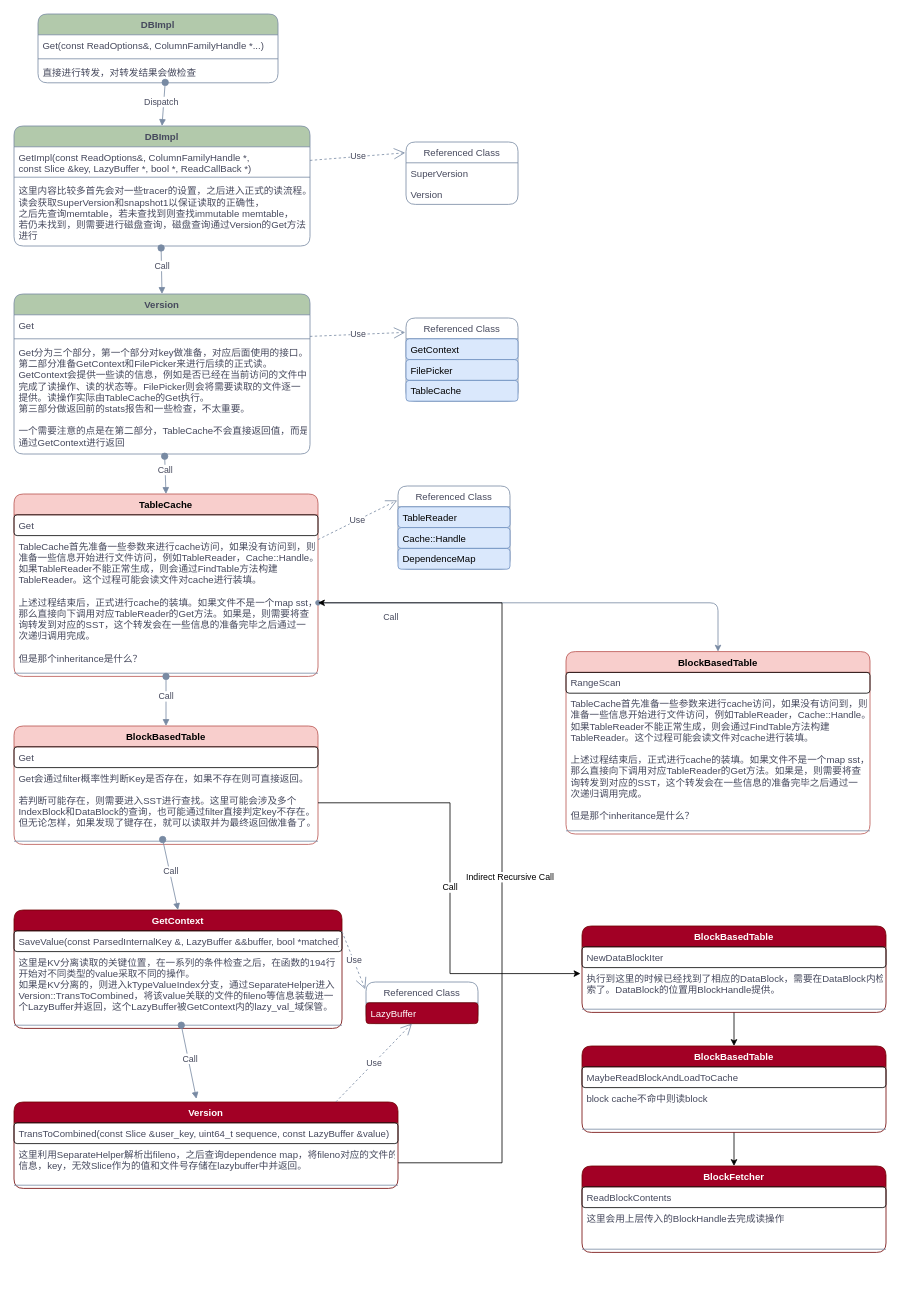
Earlier version of the draw.io diagram page "Page-1" (1 of 2) of terarkDB.drawio (Dicridon/drawio). Source tidied: cells renumbered, new cells numbered last; positions are measured from the earlier drawing's top-left corner, leaving out a move shared by most shapes. Both pictures are drawn from the tidied source at 80%, with x=0, y=0 at pixel (14, 14).
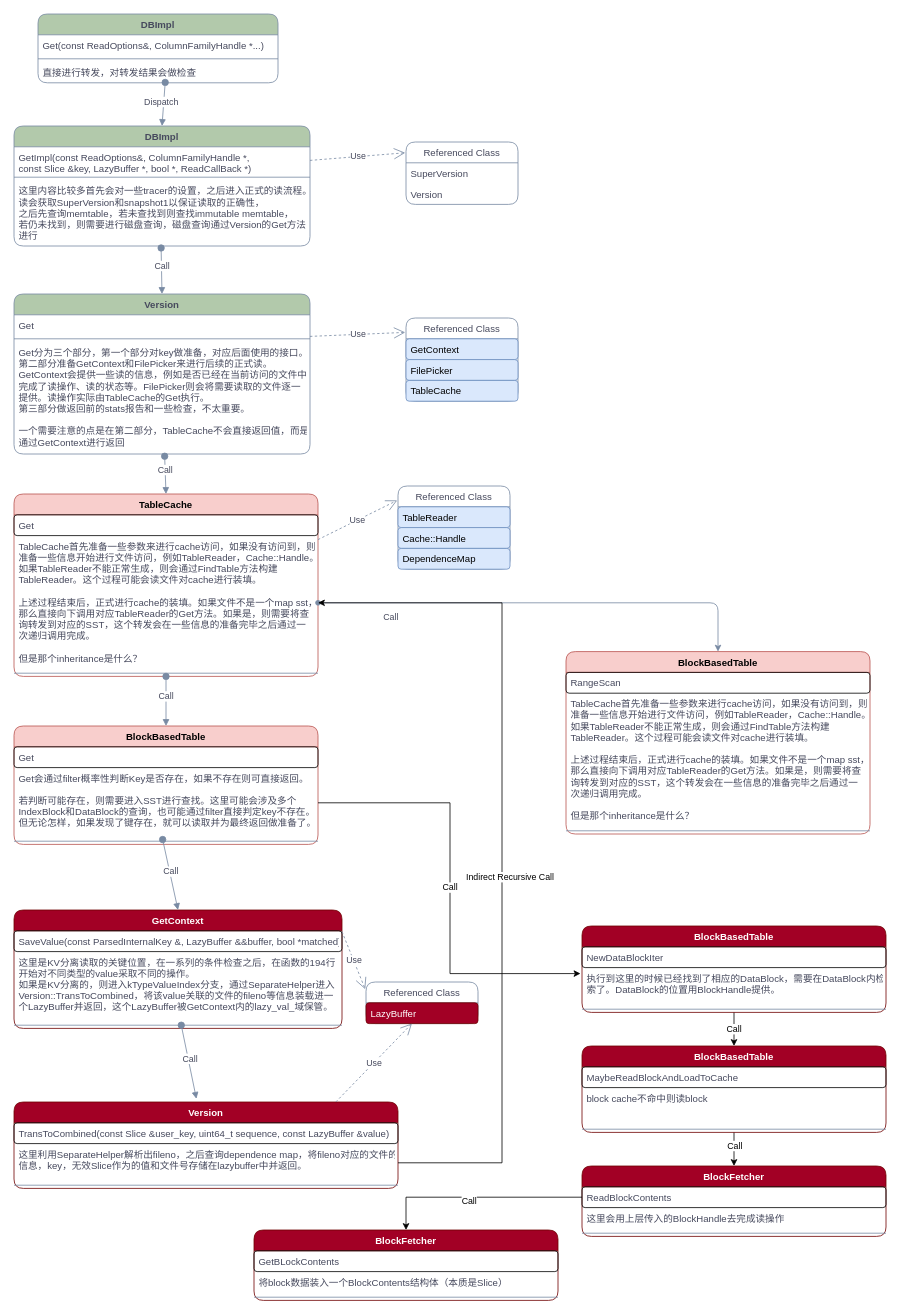
Above is the later version.

Unchanged cells that the change refers to:
```xml
<mxCell id="62" value="BlockBasedTable" style="swimlane;fontStyle=1;align=center;verticalAlign=top;horizontal=1;startSize=26;fillColor=#a20025;strokeColor=#6F0000;rounded=1;fontColor=#ffffff;" parent="1" vertex="1">
  <mxGeometry x="710" y="1140" width="380" height="108" as="geometry" />
</mxCell>
<mxCell id="67" style="edgeStyle=orthogonalEdgeStyle;rounded=0;jettySize=auto;html=1;exitX=0.5;exitY=1;exitDx=0;exitDy=0;entryX=0.5;entryY=0;entryDx=0;entryDy=0;" parent="1" edge="1" source="68" target="72">
  <mxGeometry relative="1" as="geometry" />
</mxCell>
<mxCell id="68" value="BlockBasedTable" style="swimlane;fontStyle=1;align=center;verticalAlign=top;horizontal=1;startSize=26;fillColor=#a20025;strokeColor=#6F0000;rounded=1;fontColor=#ffffff;" parent="1" vertex="1">
  <mxGeometry x="710" y="1290" width="380" height="108" as="geometry" />
</mxCell>
<mxCell id="73" value="ReadBlockContents" style="text;strokeColor=default;fillColor=none;align=left;verticalAlign=top;spacingLeft=4;spacingRight=4;overflow=hidden;points=[[0,0.5],[1,0.5]];portConstraint=eastwest;fontColor=#46495D;rounded=1;" parent="72" vertex="1">
  <mxGeometry y="26" width="380" height="26" as="geometry" />
</mxCell>
```

Diff of the diagram source:
```diff
@@
-    <mxCell id="61" style="edgeStyle=orthogonalEdgeStyle;rounded=0;jettySize=auto;html=1;exitX=0.5;exitY=1;exitDx=0;exitDy=0;entryX=0.5;entryY=0;entryDx=0;entryDy=0;" parent="1" edge="1" source="62" target="68">
+    <mxCell id="61" value="Call" style="edgeStyle=orthogonalEdgeStyle;rounded=0;jettySize=auto;html=1;exitX=0.5;exitY=1;exitDx=0;exitDy=0;entryX=0.5;entryY=0;entryDx=0;entryDy=0;" parent="1" edge="1" source="62" target="68">
       <mxGeometry relative="1" as="geometry" />
     </mxCell>
@@
+    <mxCell id="76" value="Call" style="edgeLabel;html=1;align=center;verticalAlign=middle;" parent="67" vertex="1">
+      <mxGeometry x="-0.37" y="3" relative="1" as="geometry">
+        <mxPoint x="-3" y="3" as="offset" />
+      </mxGeometry>
+    </mxCell>
@@
     <mxCell id="72" value="BlockFetcher" style="swimlane;fontStyle=1;align=center;verticalAlign=top;horizontal=1;startSize=26;fillColor=#a20025;strokeColor=#6F0000;rounded=1;fontColor=#ffffff;" parent="1" vertex="1">
-      <mxGeometry x="710" y="1440" width="380" height="108" as="geometry" />
+      <mxGeometry x="710" y="1440" width="380" height="88" as="geometry" />
     </mxCell>
@@
     <mxCell id="74" value="这里会用上层传入的BlockHandle去完成读操作" style="text;strokeColor=none;fillColor=none;align=left;verticalAlign=top;spacingLeft=4;spacingRight=4;overflow=hidden;fontColor=#46495D;rounded=1;" parent="72" vertex="1">
-      <mxGeometry y="52" width="380" height="48" as="geometry" />
+      <mxGeometry y="52" width="380" height="28" as="geometry" />
     </mxCell>
     <mxCell id="75" style="line;strokeWidth=1;fillColor=none;align=left;verticalAlign=middle;spacingTop=-1;spacingLeft=3;spacingRight=3;labelPosition=right;strokeColor=#788AA3;fontColor=#46495D;rounded=1;" parent="72" vertex="1">
-      <mxGeometry y="100" width="380" height="8" as="geometry" />
+      <mxGeometry y="80" width="380" height="8" as="geometry" />
     </mxCell>
+    <mxCell id="77" value="BlockFetcher" style="swimlane;fontStyle=1;align=center;verticalAlign=top;horizontal=1;startSize=26;fillColor=#a20025;strokeColor=#6F0000;rounded=1;fontColor=#ffffff;" parent="1" vertex="1">
+      <mxGeometry x="300" y="1520" width="380" height="88" as="geometry" />
+    </mxCell>
+    <mxCell id="78" value="GetBLockContents" style="text;strokeColor=default;fillColor=none;align=left;verticalAlign=top;spacingLeft=4;spacingRight=4;overflow=hidden;fontColor=#46495D;rounded=1;" parent="77" vertex="1">
+      <mxGeometry y="26" width="380" height="26" as="geometry" />
+    </mxCell>
+    <mxCell id="79" value="将block数据装入一个BlockContents结构体（本质是Slice）" style="text;strokeColor=none;fillColor=none;align=left;verticalAlign=top;spacingLeft=4;spacingRight=4;overflow=hidden;fontColor=#46495D;rounded=1;" parent="77" vertex="1">
+      <mxGeometry y="52" width="380" height="28" as="geometry" />
+    </mxCell>
+    <mxCell id="80" style="line;strokeWidth=1;fillColor=none;align=left;verticalAlign=middle;spacingTop=-1;spacingLeft=3;spacingRight=3;labelPosition=right;strokeColor=#788AA3;fontColor=#46495D;rounded=1;" parent="77" vertex="1">
+      <mxGeometry y="80" width="380" height="8" as="geometry" />
+    </mxCell>
+    <mxCell id="81" style="edgeStyle=orthogonalEdgeStyle;rounded=0;jettySize=auto;html=1;exitX=0;exitY=0.5;exitDx=0;exitDy=0;entryX=0.5;entryY=0;entryDx=0;entryDy=0;" parent="1" edge="1" source="73" target="77">
+      <mxGeometry relative="1" as="geometry" />
+    </mxCell>
+    <mxCell id="82" value="Call" style="edgeLabel;html=1;align=center;verticalAlign=middle;" parent="81" vertex="1">
+      <mxGeometry x="0.09" y="4" relative="1" as="geometry" />
+    </mxCell>
```
